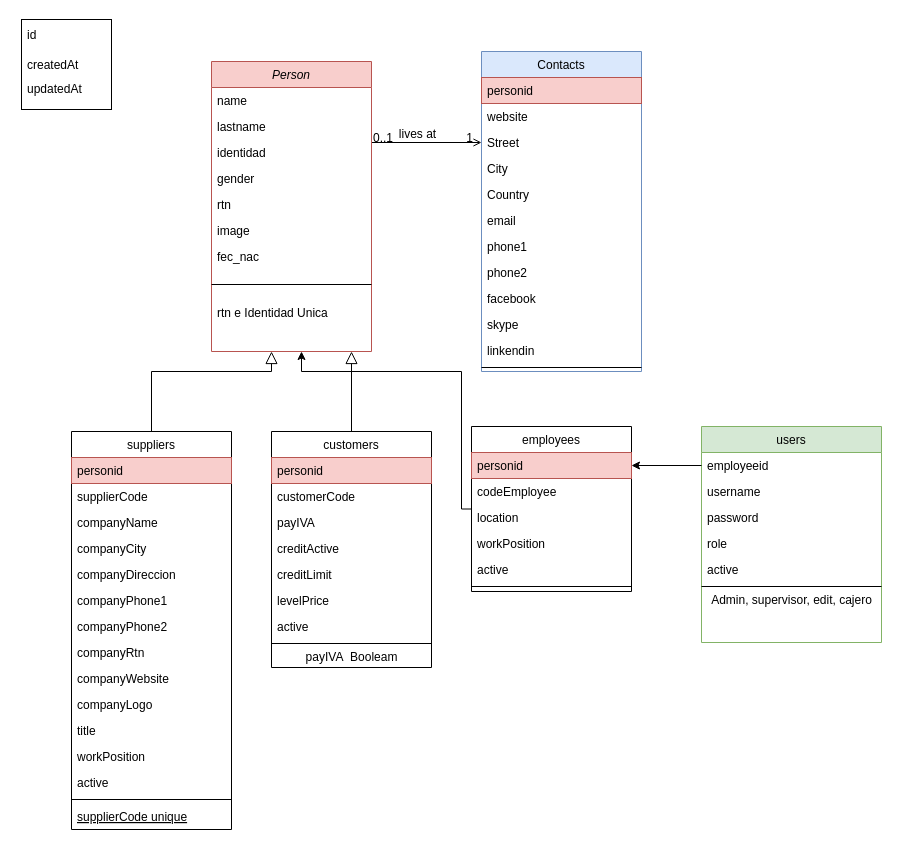
ingricardotoro/backendPosweb keeps this draw.io diagram as config/Untitled Diagram.drawio. Above is the earlier version. Source tidied: cells renumbered, new cells numbered last; positions are measured from the earlier drawing's top-left corner, leaving out a move shared by most shapes. Both pictures are drawn from the tidied source at 100%, with x=0, y=0 at pixel (21, 19).
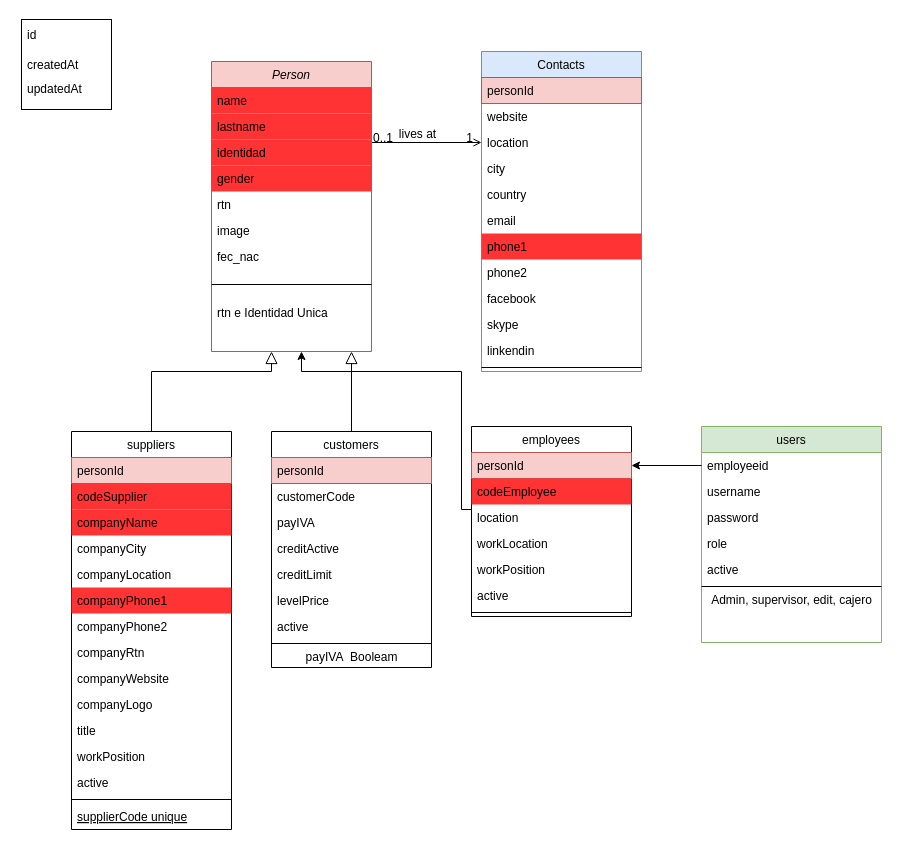
The same page after the edit.

Unchanged cells that the change refers to:
```xml
<mxCell id="8" value="Contacts" style="swimlane;fontStyle=0;align=center;verticalAlign=top;horizontal=1;startSize=26;rounded=0;shadow=0;strokeWidth=1;fillColor=#dae8fc;strokeColor=#6c8ebf;" parent="1" vertex="1">
  <mxGeometry x="460" y="32" width="160" height="320" as="geometry" />
</mxCell>
<mxCell id="25" value="Person" style="swimlane;fontStyle=2;align=center;verticalAlign=top;horizontal=1;startSize=26;rounded=0;shadow=0;strokeWidth=1;fillColor=#f8cecc;strokeColor=#b85450;" parent="1" vertex="1">
  <mxGeometry x="190" y="42" width="160" height="290" as="geometry" />
</mxCell>
<mxCell id="35" value="suppliers" style="swimlane;fontStyle=0;align=center;verticalAlign=top;horizontal=1;startSize=26;rounded=0;shadow=0;strokeWidth=1;" parent="1" vertex="1">
  <mxGeometry x="50" y="412" width="160" height="398" as="geometry" />
</mxCell>
<mxCell id="51" value="customers" style="swimlane;fontStyle=0;align=center;verticalAlign=top;horizontal=1;startSize=26;rounded=0;shadow=0;strokeWidth=1;" parent="1" vertex="1">
  <mxGeometry x="250" y="412" width="160" height="236" as="geometry" />
</mxCell>
```

Diff of the diagram source:
```diff
@@
-    <mxCell id="9" value="personid" style="text;align=left;verticalAlign=top;spacingLeft=4;spacingRight=4;overflow=hidden;rounded=0;shadow=0;html=0;fillColor=#f8cecc;strokeColor=#b85450;" parent="8" vertex="1">
+    <mxCell id="9" value="personId" style="text;align=left;verticalAlign=top;spacingLeft=4;spacingRight=4;overflow=hidden;rounded=0;shadow=0;html=0;fillColor=#f8cecc;strokeColor=#b85450;" parent="8" vertex="1">
       <mxGeometry y="26" width="160" height="26" as="geometry" />
     </mxCell>
@@
-    <mxCell id="11" value="Street" style="text;align=left;verticalAlign=top;spacingLeft=4;spacingRight=4;overflow=hidden;points=[[0,0.5],[1,0.5]];portConstraint=eastwest;" parent="8" vertex="1">
+    <mxCell id="11" value="location" style="text;align=left;verticalAlign=top;spacingLeft=4;spacingRight=4;overflow=hidden;points=[[0,0.5],[1,0.5]];portConstraint=eastwest;" parent="8" vertex="1">
       <mxGeometry y="78" width="160" height="26" as="geometry" />
     </mxCell>
-    <mxCell id="12" value="City" style="text;align=left;verticalAlign=top;spacingLeft=4;spacingRight=4;overflow=hidden;rounded=0;shadow=0;html=0;" parent="8" vertex="1">
+    <mxCell id="12" value="city" style="text;align=left;verticalAlign=top;spacingLeft=4;spacingRight=4;overflow=hidden;rounded=0;shadow=0;html=0;" parent="8" vertex="1">
       <mxGeometry y="104" width="160" height="26" as="geometry" />
     </mxCell>
-    <mxCell id="13" value="Country" style="text;align=left;verticalAlign=top;spacingLeft=4;spacingRight=4;overflow=hidden;rounded=0;shadow=0;html=0;" parent="8" vertex="1">
+    <mxCell id="13" value="country" style="text;align=left;verticalAlign=top;spacingLeft=4;spacingRight=4;overflow=hidden;rounded=0;shadow=0;html=0;" parent="8" vertex="1">
       <mxGeometry y="130" width="160" height="26" as="geometry" />
     </mxCell>
@@
-    <mxCell id="15" value="phone1" style="text;align=left;verticalAlign=top;spacingLeft=4;spacingRight=4;overflow=hidden;rounded=0;shadow=0;html=0;" parent="8" vertex="1">
+    <mxCell id="15" value="phone1" style="text;align=left;verticalAlign=top;spacingLeft=4;spacingRight=4;overflow=hidden;rounded=0;shadow=0;html=0;fillColor=#FF3333;" parent="8" vertex="1">
       <mxGeometry y="182" width="160" height="26" as="geometry" />
     </mxCell>
@@
-    <mxCell id="26" value="name" style="text;align=left;verticalAlign=top;spacingLeft=4;spacingRight=4;overflow=hidden;" parent="25" vertex="1">
+    <mxCell id="26" value="name" style="text;align=left;verticalAlign=top;spacingLeft=4;spacingRight=4;overflow=hidden;fillColor=#FF3333;" parent="25" vertex="1">
       <mxGeometry y="26" width="160" height="26" as="geometry" />
     </mxCell>
-    <mxCell id="27" value="lastname" style="text;align=left;verticalAlign=top;spacingLeft=4;spacingRight=4;overflow=hidden;" parent="25" vertex="1">
+    <mxCell id="27" value="lastname" style="text;align=left;verticalAlign=top;spacingLeft=4;spacingRight=4;overflow=hidden;fillColor=#FF3333;" parent="25" vertex="1">
       <mxGeometry y="52" width="160" height="26" as="geometry" />
     </mxCell>
-    <mxCell id="28" value="identidad" style="text;align=left;verticalAlign=top;spacingLeft=4;spacingRight=4;overflow=hidden;rounded=0;shadow=0;html=0;" parent="25" vertex="1">
+    <mxCell id="28" value="identidad" style="text;align=left;verticalAlign=top;spacingLeft=4;spacingRight=4;overflow=hidden;rounded=0;shadow=0;html=0;fillColor=#FF3333;" parent="25" vertex="1">
       <mxGeometry y="78" width="160" height="26" as="geometry" />
     </mxCell>
-    <mxCell id="29" value="gender" style="text;align=left;verticalAlign=top;spacingLeft=4;spacingRight=4;overflow=hidden;rounded=0;shadow=0;html=0;" parent="25" vertex="1">
+    <mxCell id="29" value="gender" style="text;align=left;verticalAlign=top;spacingLeft=4;spacingRight=4;overflow=hidden;rounded=0;shadow=0;html=0;fillColor=#FF3333;" parent="25" vertex="1">
       <mxGeometry y="104" width="160" height="26" as="geometry" />
     </mxCell>
@@
-    <mxCell id="36" value="personid" style="text;align=left;verticalAlign=top;spacingLeft=4;spacingRight=4;overflow=hidden;rounded=0;shadow=0;html=0;fillColor=#f8cecc;strokeColor=#b85450;" parent="35" vertex="1">
+    <mxCell id="36" value="personId" style="text;align=left;verticalAlign=top;spacingLeft=4;spacingRight=4;overflow=hidden;rounded=0;shadow=0;html=0;fillColor=#f8cecc;strokeColor=#b85450;" parent="35" vertex="1">
       <mxGeometry y="26" width="160" height="26" as="geometry" />
     </mxCell>
-    <mxCell id="37" value="supplierCode" style="text;align=left;verticalAlign=top;spacingLeft=4;spacingRight=4;overflow=hidden;rounded=0;shadow=0;html=0;" parent="35" vertex="1">
+    <mxCell id="37" value="codeSupplier" style="text;align=left;verticalAlign=top;spacingLeft=4;spacingRight=4;overflow=hidden;rounded=0;shadow=0;html=0;fillColor=#FF3333;" parent="35" vertex="1">
       <mxGeometry y="52" width="160" height="26" as="geometry" />
     </mxCell>
-    <mxCell id="38" value="companyName" style="text;align=left;verticalAlign=top;spacingLeft=4;spacingRight=4;overflow=hidden;" parent="35" vertex="1">
+    <mxCell id="38" value="companyName" style="text;align=left;verticalAlign=top;spacingLeft=4;spacingRight=4;overflow=hidden;fillColor=#FF3333;" parent="35" vertex="1">
       <mxGeometry y="78" width="160" height="26" as="geometry" />
     </mxCell>
@@
-    <mxCell id="40" value="companyDireccion" style="text;align=left;verticalAlign=top;spacingLeft=4;spacingRight=4;overflow=hidden;" parent="35" vertex="1">
+    <mxCell id="40" value="companyLocation&#10;" style="text;align=left;verticalAlign=top;spacingLeft=4;spacingRight=4;overflow=hidden;" parent="35" vertex="1">
       <mxGeometry y="130" width="160" height="26" as="geometry" />
     </mxCell>
-    <mxCell id="41" value="companyPhone1" style="text;align=left;verticalAlign=top;spacingLeft=4;spacingRight=4;overflow=hidden;" parent="35" vertex="1">
+    <mxCell id="41" value="companyPhone1" style="text;align=left;verticalAlign=top;spacingLeft=4;spacingRight=4;overflow=hidden;fillColor=#FF3333;" parent="35" vertex="1">
       <mxGeometry y="156" width="160" height="26" as="geometry" />
     </mxCell>
@@
-    <mxCell id="52" value="personid" style="text;align=left;verticalAlign=top;spacingLeft=4;spacingRight=4;overflow=hidden;rounded=0;shadow=0;html=0;fillColor=#f8cecc;strokeColor=#b85450;" parent="51" vertex="1">
+    <mxCell id="52" value="personId" style="text;align=left;verticalAlign=top;spacingLeft=4;spacingRight=4;overflow=hidden;rounded=0;shadow=0;html=0;fillColor=#f8cecc;strokeColor=#b85450;" parent="51" vertex="1">
       <mxGeometry y="26" width="160" height="26" as="geometry" />
     </mxCell>
@@
     <mxCell id="61" value="employees" style="swimlane;fontStyle=0;align=center;verticalAlign=top;horizontal=1;startSize=26;rounded=0;shadow=0;strokeWidth=1;" parent="1" vertex="1">
-      <mxGeometry x="450" y="407" width="160" height="165" as="geometry" />
+      <mxGeometry x="450" y="407" width="160" height="190" as="geometry" />
     </mxCell>
-    <mxCell id="62" value="personid" style="text;align=left;verticalAlign=top;spacingLeft=4;spacingRight=4;overflow=hidden;points=[[0,0.5],[1,0.5]];portConstraint=eastwest;rounded=0;shadow=0;html=0;fillColor=#f8cecc;strokeColor=#b85450;" parent="61" vertex="1">
+    <mxCell id="62" value="personId" style="text;align=left;verticalAlign=top;spacingLeft=4;spacingRight=4;overflow=hidden;points=[[0,0.5],[1,0.5]];portConstraint=eastwest;rounded=0;shadow=0;html=0;fillColor=#f8cecc;strokeColor=#b85450;" parent="61" vertex="1">
       <mxGeometry y="26" width="160" height="26" as="geometry" />
     </mxCell>
-    <mxCell id="63" value="codeEmployee" style="text;align=left;verticalAlign=top;spacingLeft=4;spacingRight=4;overflow=hidden;" parent="61" vertex="1">
+    <mxCell id="63" value="codeEmployee" style="text;align=left;verticalAlign=top;spacingLeft=4;spacingRight=4;overflow=hidden;fillColor=#FF3333;" parent="61" vertex="1">
       <mxGeometry y="52" width="160" height="26" as="geometry" />
     </mxCell>
@@
-    <mxCell id="65" value="workPosition" style="text;align=left;verticalAlign=top;spacingLeft=4;spacingRight=4;overflow=hidden;rounded=0;shadow=0;html=0;" parent="61" vertex="1">
+    <mxCell id="65" value="workLocation" style="text;align=left;verticalAlign=top;spacingLeft=4;spacingRight=4;overflow=hidden;rounded=0;shadow=0;html=0;" parent="61" vertex="1">
       <mxGeometry y="104" width="160" height="26" as="geometry" />
     </mxCell>
+    <mxCell id="78" value="workPosition" style="text;align=left;verticalAlign=top;spacingLeft=4;spacingRight=4;overflow=hidden;rounded=0;shadow=0;html=0;" parent="61" vertex="1">
+      <mxGeometry y="130" width="160" height="26" as="geometry" />
+    </mxCell>
     <mxCell id="66" value="active" style="text;align=left;verticalAlign=top;spacingLeft=4;spacingRight=4;overflow=hidden;" parent="61" vertex="1">
-      <mxGeometry y="130" width="160" height="26" as="geometry" />
+      <mxGeometry y="156" width="160" height="26" as="geometry" />
     </mxCell>
     <mxCell id="67" style="line;html=1;strokeWidth=1;align=left;verticalAlign=middle;spacingTop=-1;spacingLeft=3;spacingRight=3;labelPosition=right;" parent="61" vertex="1">
-      <mxGeometry y="156" width="160" height="8" as="geometry" />
+      <mxGeometry y="182" width="160" height="8" as="geometry" />
     </mxCell>
```
